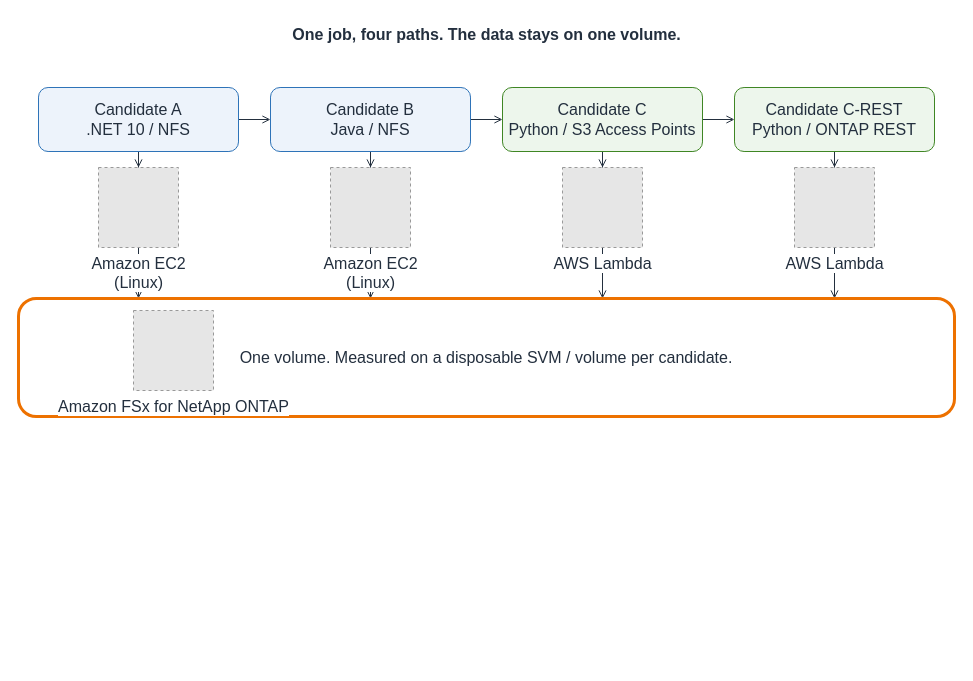
Before: docs/_assets/diagrams/cover-appmod-runtime-en.drawio in Yoshiki0705/FSx-for-ONTAP-App-Modernization-Patterns, a draw.io diagram. Source tidied: cells renumbered, new cells numbered last; positions are measured from the earlier drawing's top-left corner, leaving out a move shared by most shapes. Both pictures are drawn from the tidied source at 100%, with x=0, y=0 at pixel (18, 17). Pictures stored in the file or linked from it are replaced by grey dashed boxes.
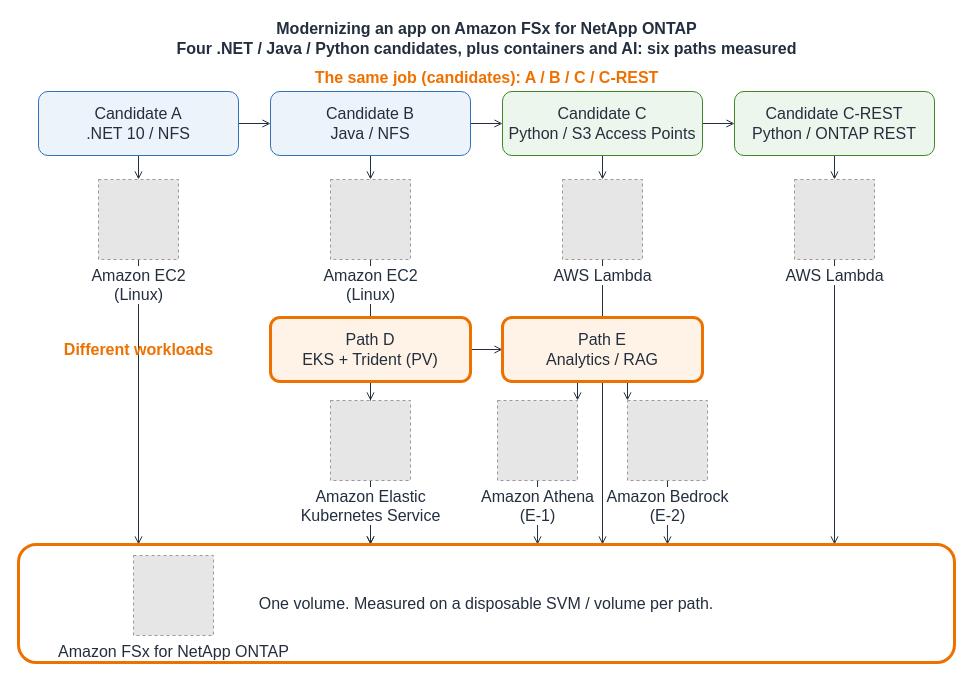
Above is the later version.

Diff of the diagram source:
```diff
@@
-    <mxCell id="2" value="One job, four paths. The data stays on one volume." style="text;html=1;align=center;verticalAlign=middle;fontSize=16;fontStyle=1;fontColor=#232F3E;" parent="1" vertex="1">
-      <mxGeometry width="936" height="34" as="geometry" />
+    <mxCell id="2" value="Modernizing an app on Amazon FSx for NetApp ONTAP&lt;br&gt;Four .NET / Java / Python candidates, plus containers and AI: six paths measured" style="text;html=1;align=center;verticalAlign=middle;fontSize=16;fontStyle=1;fontColor=#232F3E;" parent="1" vertex="1">
+      <mxGeometry y="4" width="936" height="34" as="geometry" />
     </mxCell>
@@
-    <mxCell id="10" style="edgeStyle=orthogonalEdgeStyle;rounded=0;jettySize=auto;html=1;endArrow=open;endFill=0;strokeColor=#232F3E;strokeWidth=1;fontSize=16;fontColor=#232F3E;labelBackgroundColor=#ffffff;entryX=0.1282051282051282;entryY=0.0;entryDx=0;entryDy=0;" parent="1" edge="1" source="18" target="22">
+    <mxCell id="10" style="edgeStyle=orthogonalEdgeStyle;rounded=0;jettySize=auto;html=1;endArrow=open;endFill=0;strokeColor=#232F3E;strokeWidth=1;fontSize=16;fontColor=#232F3E;labelBackgroundColor=#ffffff;" parent="1" edge="1" source="33" target="34">
       <mxGeometry relative="1" as="geometry" />
     </mxCell>
-    <mxCell id="11" style="edgeStyle=orthogonalEdgeStyle;rounded=0;jettySize=auto;html=1;endArrow=open;endFill=0;strokeColor=#232F3E;strokeWidth=1;fontSize=16;fontColor=#232F3E;labelBackgroundColor=#ffffff;entryX=0.37606837606837606;entryY=0.0;entryDx=0;entryDy=0;" parent="1" edge="1" source="19" target="22">
+    <mxCell id="11" style="edgeStyle=orthogonalEdgeStyle;rounded=0;jettySize=auto;html=1;endArrow=open;endFill=0;strokeColor=#232F3E;strokeWidth=1;fontSize=16;fontColor=#232F3E;labelBackgroundColor=#ffffff;" parent="1" edge="1" source="33" target="35">
       <mxGeometry relative="1" as="geometry" />
     </mxCell>
-    <mxCell id="12" style="edgeStyle=orthogonalEdgeStyle;rounded=0;jettySize=auto;html=1;endArrow=open;endFill=0;strokeColor=#232F3E;strokeWidth=1;fontSize=16;fontColor=#232F3E;labelBackgroundColor=#ffffff;entryX=0.6239316239316239;entryY=0.0;entryDx=0;entryDy=0;" parent="1" edge="1" source="20" target="22">
+    <mxCell id="12" style="edgeStyle=orthogonalEdgeStyle;rounded=0;jettySize=auto;html=1;endArrow=open;endFill=0;strokeColor=#232F3E;strokeWidth=1;fontSize=16;fontColor=#232F3E;labelBackgroundColor=#ffffff;exitX=0.4;exitY=1.0;exitDx=0;exitDy=0;entryX=1.0;entryY=0.0;entryDx=0;entryDy=0;" parent="1" edge="1" source="34" target="36">
       <mxGeometry relative="1" as="geometry" />
     </mxCell>
-    <mxCell id="13" style="edgeStyle=orthogonalEdgeStyle;rounded=0;jettySize=auto;html=1;endArrow=open;endFill=0;strokeColor=#232F3E;strokeWidth=1;fontSize=16;fontColor=#232F3E;labelBackgroundColor=#ffffff;entryX=0.8717948717948718;entryY=0.0;entryDx=0;entryDy=0;" parent="1" edge="1" source="21" target="22">
+    <mxCell id="13" style="edgeStyle=orthogonalEdgeStyle;rounded=0;jettySize=auto;html=1;endArrow=open;endFill=0;strokeColor=#232F3E;strokeWidth=1;fontSize=16;fontColor=#232F3E;labelBackgroundColor=#ffffff;exitX=0.6;exitY=1.0;exitDx=0;exitDy=0;entryX=0.0;entryY=0.0;entryDx=0;entryDy=0;" parent="1" edge="1" source="34" target="37">
       <mxGeometry relative="1" as="geometry" />
     </mxCell>
+    <mxCell id="24" style="edgeStyle=orthogonalEdgeStyle;rounded=0;jettySize=auto;html=1;endArrow=open;endFill=0;strokeColor=#232F3E;strokeWidth=1;fontSize=16;fontColor=#232F3E;labelBackgroundColor=#ffffff;entryX=0.1282051282051282;entryY=0.0;entryDx=0;entryDy=0;" parent="1" edge="1" source="18" target="22">
+      <mxGeometry relative="1" as="geometry" />
+    </mxCell>
+    <mxCell id="25" style="edgeStyle=orthogonalEdgeStyle;rounded=0;jettySize=auto;html=1;endArrow=open;endFill=0;strokeColor=#232F3E;strokeWidth=1;fontSize=16;fontColor=#232F3E;labelBackgroundColor=#ffffff;entryX=0.37606837606837606;entryY=0.0;entryDx=0;entryDy=0;" parent="1" edge="1" source="19" target="22">
+      <mxGeometry relative="1" as="geometry" />
+    </mxCell>
+    <mxCell id="26" style="edgeStyle=orthogonalEdgeStyle;rounded=0;jettySize=auto;html=1;endArrow=open;endFill=0;strokeColor=#232F3E;strokeWidth=1;fontSize=16;fontColor=#232F3E;labelBackgroundColor=#ffffff;entryX=0.6239316239316239;entryY=0.0;entryDx=0;entryDy=0;" parent="1" edge="1" source="20" target="22">
+      <mxGeometry relative="1" as="geometry" />
+    </mxCell>
+    <mxCell id="27" style="edgeStyle=orthogonalEdgeStyle;rounded=0;jettySize=auto;html=1;endArrow=open;endFill=0;strokeColor=#232F3E;strokeWidth=1;fontSize=16;fontColor=#232F3E;labelBackgroundColor=#ffffff;entryX=0.8717948717948718;entryY=0.0;entryDx=0;entryDy=0;" parent="1" edge="1" source="21" target="22">
+      <mxGeometry relative="1" as="geometry" />
+    </mxCell>
+    <mxCell id="28" style="edgeStyle=orthogonalEdgeStyle;rounded=0;jettySize=auto;html=1;endArrow=open;endFill=0;strokeColor=#232F3E;strokeWidth=1;fontSize=16;fontColor=#232F3E;labelBackgroundColor=#ffffff;entryX=0.37606837606837606;entryY=0.0;entryDx=0;entryDy=0;" parent="1" edge="1" source="35" target="22">
+      <mxGeometry relative="1" as="geometry" />
+    </mxCell>
+    <mxCell id="29" style="edgeStyle=orthogonalEdgeStyle;rounded=0;jettySize=auto;html=1;endArrow=open;endFill=0;strokeColor=#232F3E;strokeWidth=1;fontSize=16;fontColor=#232F3E;labelBackgroundColor=#ffffff;entryX=0.5545299145299145;entryY=0.0;entryDx=0;entryDy=0;" parent="1" edge="1" source="36" target="22">
+      <mxGeometry relative="1" as="geometry" />
+    </mxCell>
+    <mxCell id="30" style="edgeStyle=orthogonalEdgeStyle;rounded=0;jettySize=auto;html=1;endArrow=open;endFill=0;strokeColor=#232F3E;strokeWidth=1;fontSize=16;fontColor=#232F3E;labelBackgroundColor=#ffffff;entryX=0.6933333333333332;entryY=0.0;entryDx=0;entryDy=0;" parent="1" edge="1" source="37" target="22">
+      <mxGeometry relative="1" as="geometry" />
+    </mxCell>
+    <mxCell id="31" value="The same job (candidates): A / B / C / C-REST" style="text;html=1;align=center;verticalAlign=middle;fontSize=16;fontStyle=1;fontColor=#ED7100;" parent="1" vertex="1">
+      <mxGeometry x="236" y="48" width="464" height="24" as="geometry" />
+    </mxCell>
+    <mxCell id="32" value="Different workloads" style="text;html=1;align=center;verticalAlign=middle;fontSize=16;fontStyle=1;fontColor=#ED7100;" parent="1" vertex="1">
+      <mxGeometry x="4" y="320" width="232" height="24" as="geometry" />
+    </mxCell>
     <mxCell id="14" value="Candidate A&lt;br&gt;.NET 10 / NFS" style="rounded=1;whiteSpace=wrap;html=1;dashed=0;strokeColor=#2E73B8;fillColor=#EDF3FB;align=center;verticalAlign=middle;fontSize=16;fontColor=#232F3E;" parent="1" vertex="1">
-      <mxGeometry x="20" y="70" width="200" height="64" as="geometry" />
+      <mxGeometry x="20" y="74" width="200" height="64" as="geometry" />
     </mxCell>
     <mxCell id="15" value="Candidate B&lt;br&gt;Java / NFS" style="rounded=1;whiteSpace=wrap;html=1;dashed=0;strokeColor=#2E73B8;fillColor=#EDF3FB;align=center;verticalAlign=middle;fontSize=16;fontColor=#232F3E;" parent="1" vertex="1">
-      <mxGeometry x="252" y="70" width="200" height="64" as="geometry" />
+      <mxGeometry x="252" y="74" width="200" height="64" as="geometry" />
     </mxCell>
     <mxCell id="16" value="Candidate C&lt;br&gt;Python / S3 Access Points" style="rounded=1;whiteSpace=wrap;html=1;dashed=0;strokeColor=#3F8624;fillColor=#EDF6EC;align=center;verticalAlign=middle;fontSize=16;fontColor=#232F3E;" parent="1" vertex="1">
-      <mxGeometry x="484" y="70" width="200" height="64" as="geometry" />
+      <mxGeometry x="484" y="74" width="200" height="64" as="geometry" />
     </mxCell>
     <mxCell id="17" value="Candidate C-REST&lt;br&gt;Python / ONTAP REST" style="rounded=1;whiteSpace=wrap;html=1;dashed=0;strokeColor=#3F8624;fillColor=#EDF6EC;align=center;verticalAlign=middle;fontSize=16;fontColor=#232F3E;" parent="1" vertex="1">
-      <mxGeometry x="716" y="70" width="200" height="64" as="geometry" />
+      <mxGeometry x="716" y="74" width="200" height="64" as="geometry" />
     </mxCell>
     <mxCell id="18" value="Amazon EC2&lt;br&gt;(Linux)" style="fillColor=#E6E6E6;strokeColor=#999999;dashed=1;html=1;verticalLabelPosition=bottom;verticalAlign=top;labelPosition=center;align=center;fontSize=16;fontColor=#232F3E;labelBackgroundColor=#FFFFFF;" parent="1" vertex="1">
-      <mxGeometry x="80" y="150" width="80" height="80" as="geometry" />
+      <mxGeometry x="80" y="162" width="80" height="80" as="geometry" />
     </mxCell>
     <mxCell id="19" value="Amazon EC2&lt;br&gt;(Linux)" style="fillColor=#E6E6E6;strokeColor=#999999;dashed=1;html=1;verticalLabelPosition=bottom;verticalAlign=top;labelPosition=center;align=center;fontSize=16;fontColor=#232F3E;labelBackgroundColor=#FFFFFF;" parent="1" vertex="1">
-      <mxGeometry x="312" y="150" width="80" height="80" as="geometry" />
+      <mxGeometry x="312" y="162" width="80" height="80" as="geometry" />
     </mxCell>
     <mxCell id="20" value="AWS Lambda" style="fillColor=#E6E6E6;strokeColor=#999999;dashed=1;html=1;verticalLabelPosition=bottom;verticalAlign=top;labelPosition=center;align=center;fontSize=16;fontColor=#232F3E;labelBackgroundColor=#FFFFFF;" parent="1" vertex="1">
-      <mxGeometry x="544" y="150" width="80" height="80" as="geometry" />
+      <mxGeometry x="544" y="162" width="80" height="80" as="geometry" />
     </mxCell>
     <mxCell id="21" value="AWS Lambda" style="fillColor=#E6E6E6;strokeColor=#999999;dashed=1;html=1;verticalLabelPosition=bottom;verticalAlign=top;labelPosition=center;align=center;fontSize=16;fontColor=#232F3E;labelBackgroundColor=#FFFFFF;" parent="1" vertex="1">
-      <mxGeometry x="776" y="150" width="80" height="80" as="geometry" />
+      <mxGeometry x="776" y="162" width="80" height="80" as="geometry" />
     </mxCell>
+    <mxCell id="33" value="Path D&lt;br&gt;EKS + Trident (PV)" style="rounded=1;whiteSpace=wrap;html=1;dashed=0;strokeColor=#ED7100;fillColor=#FEF3E6;align=center;verticalAlign=middle;fontSize=16;fontColor=#232F3E;strokeWidth=3;" parent="1" vertex="1">
+      <mxGeometry x="252" y="300" width="200" height="64" as="geometry" />
+    </mxCell>
+    <mxCell id="34" value="Path E&lt;br&gt;Analytics / RAG" style="rounded=1;whiteSpace=wrap;html=1;dashed=0;strokeColor=#ED7100;fillColor=#FEF3E6;align=center;verticalAlign=middle;fontSize=16;fontColor=#232F3E;strokeWidth=3;" parent="1" vertex="1">
+      <mxGeometry x="484" y="300" width="200" height="64" as="geometry" />
+    </mxCell>
+    <mxCell id="35" value="Amazon Elastic&lt;br&gt;Kubernetes Service" style="fillColor=#E6E6E6;strokeColor=#999999;dashed=1;html=1;verticalLabelPosition=bottom;verticalAlign=top;labelPosition=center;align=center;fontSize=16;fontColor=#232F3E;labelBackgroundColor=#FFFFFF;" parent="1" vertex="1">
+      <mxGeometry x="312" y="383" width="80" height="80" as="geometry" />
+    </mxCell>
+    <mxCell id="36" value="Amazon Athena&lt;br&gt;(E-1)" style="fillColor=#E6E6E6;strokeColor=#999999;dashed=1;html=1;verticalLabelPosition=bottom;verticalAlign=top;labelPosition=center;align=center;fontSize=16;fontColor=#232F3E;labelBackgroundColor=#FFFFFF;" parent="1" vertex="1">
+      <mxGeometry x="479" y="383" width="80" height="80" as="geometry" />
+    </mxCell>
+    <mxCell id="37" value="Amazon Bedrock&lt;br&gt;(E-2)" style="fillColor=#E6E6E6;strokeColor=#999999;dashed=1;html=1;verticalLabelPosition=bottom;verticalAlign=top;labelPosition=center;align=center;fontSize=16;fontColor=#232F3E;labelBackgroundColor=#FFFFFF;" parent="1" vertex="1">
+      <mxGeometry x="609" y="383" width="80" height="80" as="geometry" />
+    </mxCell>
-    <mxCell id="22" value="One volume. Measured on a disposable SVM / volume per candidate." style="rounded=1;whiteSpace=wrap;html=1;dashed=0;strokeColor=#ED7100;fillColor=#FFFFFF;align=center;verticalAlign=middle;fontSize=16;fontColor=#232F3E;strokeWidth=3;" parent="1" vertex="1">
-      <mxGeometry y="281" width="936" height="118" as="geometry" />
+    <mxCell id="22" value="One volume. Measured on a disposable SVM / volume per path." style="rounded=1;whiteSpace=wrap;html=1;dashed=0;strokeColor=#ED7100;fillColor=#FFFFFF;align=center;verticalAlign=middle;fontSize=16;fontColor=#232F3E;strokeWidth=3;" parent="1" vertex="1">
+      <mxGeometry y="527" width="936" height="118" as="geometry" />
     </mxCell>
     <mxCell id="23" value="Amazon FSx for NetApp ONTAP" style="fillColor=#E6E6E6;strokeColor=#999999;dashed=1;html=1;verticalLabelPosition=bottom;verticalAlign=top;labelPosition=center;align=center;fontSize=16;fontColor=#232F3E;labelBackgroundColor=#FFFFFF;" parent="1" vertex="1">
-      <mxGeometry x="115" y="293" width="80" height="80" as="geometry" />
+      <mxGeometry x="115" y="538" width="80" height="80" as="geometry" />
     </mxCell>
```
